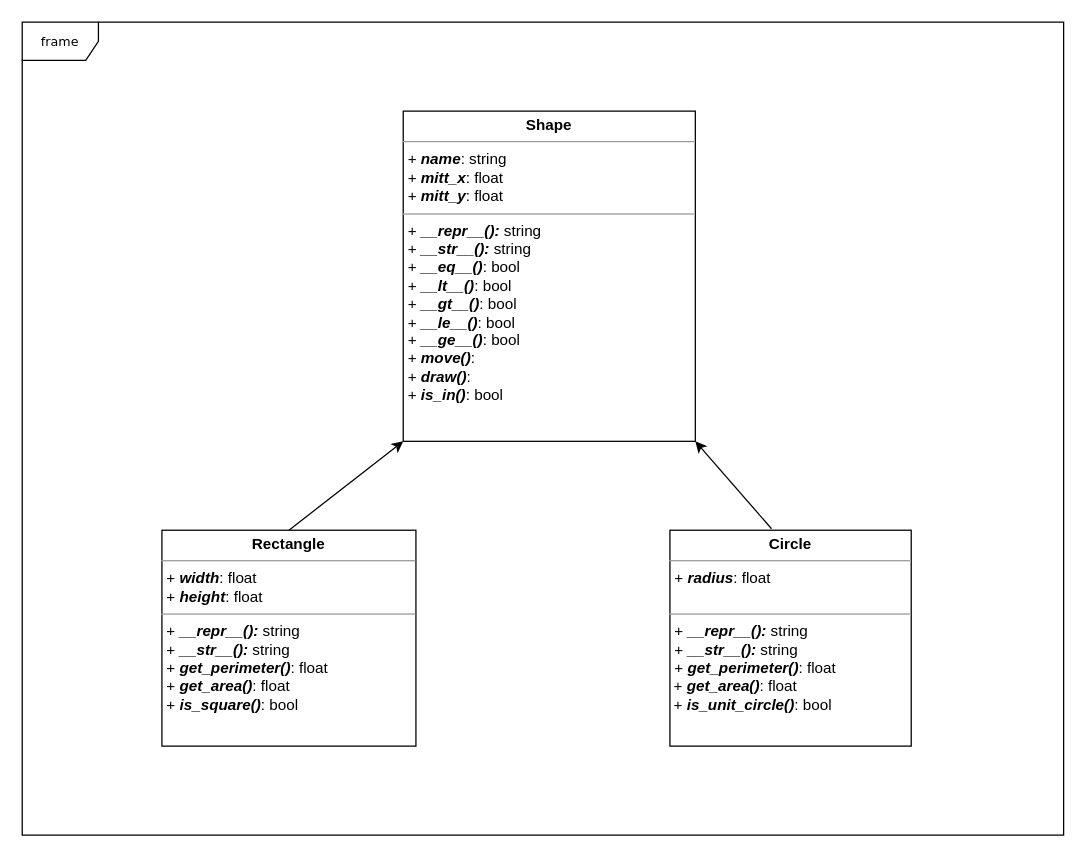
The draw.io diagram Labs/Geometry_OOP/Shapes.drawio in MaryKavalion/Python-Mary-Kavalionak, before the edit. Source tidied: cells renumbered, new cells numbered last; positions are measured from the earlier drawing's top-left corner, leaving out a move shared by most shapes. Both pictures are drawn from the tidied source at 127%, with x=0, y=0 at pixel (22, 22).
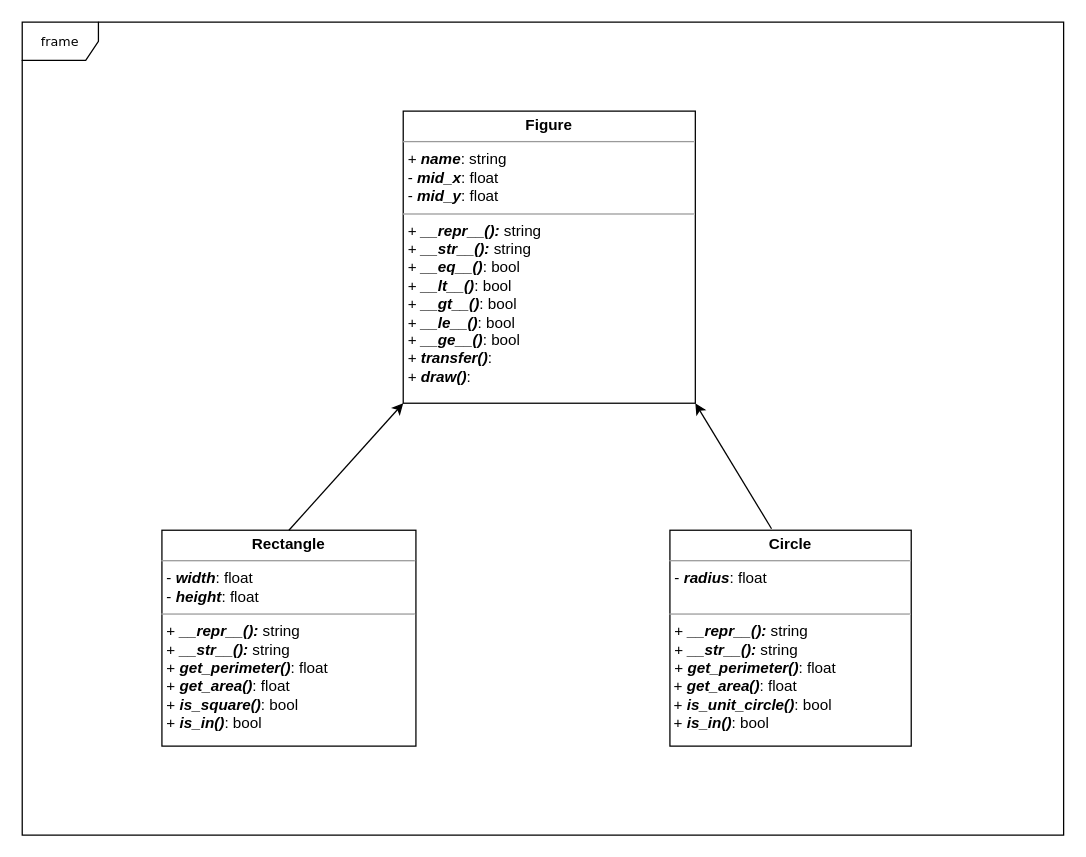
The same page after the edit.

The edit, as a diff of the source:
```diff
@@
 <mxGraphModel>
   <root>
     <mxCell id="0" />
     <mxCell id="1" parent="0" />
     <mxCell id="2" value="frame" style="shape=umlFrame;whiteSpace=wrap;html=1;rounded=0;shadow=0;comic=0;labelBackgroundColor=none;strokeWidth=1;fontFamily=Verdana;fontSize=10;align=center;" parent="1" vertex="1">
       <mxGeometry width="820" height="640" as="geometry" />
     </mxCell>
-    <mxCell id="3" value="&lt;p style=&quot;margin:0px;margin-top:4px;text-align:center;&quot;&gt;&lt;b&gt;Rectangle&lt;/b&gt;&lt;br&gt;&lt;/p&gt;&lt;hr size=&quot;1&quot;&gt;&lt;p style=&quot;margin:0px;margin-left:4px;&quot;&gt;+ &lt;b&gt;&lt;i&gt;width&lt;/i&gt;&lt;/b&gt;: float&lt;br&gt;+ &lt;b&gt;&lt;i&gt;height&lt;/i&gt;&lt;/b&gt;: float&lt;br&gt;&lt;/p&gt;&lt;hr size=&quot;1&quot;&gt;&lt;p style=&quot;margin:0px;margin-left:4px;&quot;&gt;+ &lt;b&gt;&lt;i&gt;__repr__(): &lt;/i&gt;&lt;/b&gt;string&lt;br&gt;+ &lt;b&gt;&lt;i&gt;__str__(): &lt;/i&gt;&lt;/b&gt;string&lt;/p&gt;&lt;p style=&quot;margin:0px;margin-left:4px;&quot;&gt;+ &lt;b&gt;&lt;i&gt;get_perimeter()&lt;/i&gt;&lt;/b&gt;: float&lt;/p&gt;&lt;p style=&quot;margin:0px;margin-left:4px;&quot;&gt;+ &lt;b&gt;&lt;i&gt;get_area()&lt;/i&gt;&lt;/b&gt;: float&lt;/p&gt;&lt;p style=&quot;margin:0px;margin-left:4px;&quot;&gt;+ &lt;b&gt;&lt;i&gt;is_square()&lt;/i&gt;&lt;/b&gt;: bool&lt;br&gt;&lt;/p&gt;" style="verticalAlign=top;align=left;overflow=fill;fontSize=12;fontFamily=Helvetica;html=1;rounded=0;shadow=0;comic=0;labelBackgroundColor=none;strokeWidth=1;" parent="1" vertex="1">
+    <mxCell id="3" value="&lt;p style=&quot;margin:0px;margin-top:4px;text-align:center;&quot;&gt;&lt;b&gt;Rectangle&lt;/b&gt;&lt;br&gt;&lt;/p&gt;&lt;hr size=&quot;1&quot;&gt;&lt;p style=&quot;margin:0px;margin-left:4px;&quot;&gt;- &lt;b&gt;&lt;i&gt;width&lt;/i&gt;&lt;/b&gt;: float&lt;br&gt;- &lt;b&gt;&lt;i&gt;height&lt;/i&gt;&lt;/b&gt;: float&lt;br&gt;&lt;/p&gt;&lt;hr size=&quot;1&quot;&gt;&lt;p style=&quot;margin:0px;margin-left:4px;&quot;&gt;+ &lt;b&gt;&lt;i&gt;__repr__(): &lt;/i&gt;&lt;/b&gt;string&lt;br&gt;+ &lt;b&gt;&lt;i&gt;__str__(): &lt;/i&gt;&lt;/b&gt;string&lt;/p&gt;&lt;p style=&quot;margin:0px;margin-left:4px;&quot;&gt;+ &lt;b&gt;&lt;i&gt;get_perimeter()&lt;/i&gt;&lt;/b&gt;: float&lt;/p&gt;&lt;p style=&quot;margin:0px;margin-left:4px;&quot;&gt;+ &lt;b&gt;&lt;i&gt;get_area()&lt;/i&gt;&lt;/b&gt;: float&lt;/p&gt;&lt;p style=&quot;margin:0px;margin-left:4px;&quot;&gt;+ &lt;b&gt;&lt;i&gt;is_square()&lt;/i&gt;&lt;/b&gt;: bool&lt;/p&gt;&lt;p style=&quot;margin:0px;margin-left:4px;&quot;&gt;+ &lt;b&gt;&lt;i&gt;is_in()&lt;/i&gt;&lt;/b&gt;: bool&lt;/p&gt;" style="verticalAlign=top;align=left;overflow=fill;fontSize=12;fontFamily=Helvetica;html=1;rounded=0;shadow=0;comic=0;labelBackgroundColor=none;strokeWidth=1;" parent="1" vertex="1">
       <mxGeometry x="110" y="400" width="200" height="170" as="geometry" />
     </mxCell>
-    <mxCell id="4" value="&lt;p style=&quot;margin:0px;margin-top:4px;text-align:center;&quot;&gt;&lt;b&gt;Shape&lt;/b&gt;&lt;br&gt;&lt;/p&gt;&lt;hr size=&quot;1&quot;&gt;&lt;p style=&quot;margin:0px;margin-left:4px;&quot;&gt;+ &lt;b&gt;&lt;i&gt;name&lt;/i&gt;&lt;/b&gt;: string&lt;br&gt;+ &lt;b&gt;&lt;i&gt;mitt_x&lt;/i&gt;&lt;/b&gt;: float&lt;/p&gt;&lt;p style=&quot;margin:0px;margin-left:4px;&quot;&gt;+ &lt;b&gt;&lt;i&gt;mitt_y&lt;/i&gt;&lt;/b&gt;: float&lt;/p&gt;&lt;hr size=&quot;1&quot;&gt;&lt;p style=&quot;margin:0px;margin-left:4px;&quot;&gt;+ &lt;b&gt;&lt;i&gt;__repr__(): &lt;/i&gt;&lt;/b&gt;string&lt;br&gt;+ &lt;b&gt;&lt;i&gt;__str__(): &lt;/i&gt;&lt;/b&gt;string&lt;/p&gt;&lt;p style=&quot;margin:0px;margin-left:4px;&quot;&gt;+ &lt;b&gt;&lt;i&gt;__eq__()&lt;/i&gt;&lt;/b&gt;: bool&lt;/p&gt;&lt;p style=&quot;margin:0px;margin-left:4px;&quot;&gt;+&lt;b&gt;&lt;i&gt; __lt__()&lt;/i&gt;&lt;/b&gt;: bool&lt;/p&gt;&lt;p style=&quot;margin:0px;margin-left:4px;&quot;&gt;+ &lt;b&gt;&lt;i&gt;__gt__()&lt;/i&gt;&lt;/b&gt;: bool&lt;/p&gt;&lt;p style=&quot;margin:0px;margin-left:4px;&quot;&gt;+ &lt;b&gt;&lt;i&gt;__le__()&lt;/i&gt;&lt;/b&gt;: bool&lt;/p&gt;&lt;p style=&quot;margin:0px;margin-left:4px;&quot;&gt;+ &lt;b&gt;&lt;i&gt;__ge__()&lt;/i&gt;&lt;/b&gt;: bool&lt;/p&gt;&lt;p style=&quot;margin:0px;margin-left:4px;&quot;&gt;+ &lt;b&gt;&lt;i&gt;move()&lt;/i&gt;&lt;/b&gt;:&lt;/p&gt;&lt;p style=&quot;margin:0px;margin-left:4px;&quot;&gt;+ &lt;b&gt;&lt;i&gt;draw()&lt;/i&gt;&lt;/b&gt;:&lt;/p&gt;&lt;p style=&quot;margin:0px;margin-left:4px;&quot;&gt;+ &lt;b&gt;&lt;i&gt;is_in()&lt;/i&gt;&lt;/b&gt;: bool&lt;br&gt;&lt;/p&gt;&lt;p style=&quot;margin:0px;margin-left:4px;&quot;&gt;&lt;br&gt;&lt;/p&gt;&lt;p style=&quot;margin:0px;margin-left:4px;&quot;&gt;&lt;br&gt;&lt;/p&gt;&lt;p style=&quot;margin:0px;margin-left:4px;&quot;&gt;&lt;br&gt;&lt;/p&gt;" style="verticalAlign=top;align=left;overflow=fill;fontSize=12;fontFamily=Helvetica;html=1;rounded=0;shadow=0;comic=0;labelBackgroundColor=none;strokeWidth=1;" parent="1" vertex="1">
-      <mxGeometry x="300" y="70" width="230" height="260" as="geometry" />
+    <mxCell id="4" value="&lt;p style=&quot;margin:0px;margin-top:4px;text-align:center;&quot;&gt;&lt;b&gt;Figure&lt;/b&gt;&lt;br&gt;&lt;/p&gt;&lt;hr size=&quot;1&quot;&gt;&lt;p style=&quot;margin:0px;margin-left:4px;&quot;&gt;+ &lt;b&gt;&lt;i&gt;name&lt;/i&gt;&lt;/b&gt;: string&lt;br&gt;- &lt;b&gt;&lt;i&gt;mid_x&lt;/i&gt;&lt;/b&gt;: float&lt;/p&gt;&lt;p style=&quot;margin:0px;margin-left:4px;&quot;&gt;- &lt;b&gt;&lt;i&gt;mid_y&lt;/i&gt;&lt;/b&gt;: float&lt;/p&gt;&lt;hr size=&quot;1&quot;&gt;&lt;p style=&quot;margin:0px;margin-left:4px;&quot;&gt;+ &lt;b&gt;&lt;i&gt;__repr__(): &lt;/i&gt;&lt;/b&gt;string&lt;br&gt;+ &lt;b&gt;&lt;i&gt;__str__(): &lt;/i&gt;&lt;/b&gt;string&lt;/p&gt;&lt;p style=&quot;margin:0px;margin-left:4px;&quot;&gt;+ &lt;b&gt;&lt;i&gt;__eq__()&lt;/i&gt;&lt;/b&gt;: bool&lt;/p&gt;&lt;p style=&quot;margin:0px;margin-left:4px;&quot;&gt;+&lt;b&gt;&lt;i&gt; __lt__()&lt;/i&gt;&lt;/b&gt;: bool&lt;/p&gt;&lt;p style=&quot;margin:0px;margin-left:4px;&quot;&gt;+ &lt;b&gt;&lt;i&gt;__gt__()&lt;/i&gt;&lt;/b&gt;: bool&lt;/p&gt;&lt;p style=&quot;margin:0px;margin-left:4px;&quot;&gt;+ &lt;b&gt;&lt;i&gt;__le__()&lt;/i&gt;&lt;/b&gt;: bool&lt;/p&gt;&lt;p style=&quot;margin:0px;margin-left:4px;&quot;&gt;+ &lt;b&gt;&lt;i&gt;__ge__()&lt;/i&gt;&lt;/b&gt;: bool&lt;/p&gt;&lt;p style=&quot;margin:0px;margin-left:4px;&quot;&gt;+ &lt;b&gt;&lt;i&gt;transfer()&lt;/i&gt;&lt;/b&gt;:&lt;/p&gt;&lt;p style=&quot;margin:0px;margin-left:4px;&quot;&gt;+ &lt;b&gt;&lt;i&gt;draw()&lt;/i&gt;&lt;/b&gt;:&lt;/p&gt;&lt;p style=&quot;margin:0px;margin-left:4px;&quot;&gt;&lt;br&gt;&lt;/p&gt;&lt;p style=&quot;margin:0px;margin-left:4px;&quot;&gt;&lt;br&gt;&lt;/p&gt;&lt;p style=&quot;margin:0px;margin-left:4px;&quot;&gt;&lt;br&gt;&lt;/p&gt;&lt;p style=&quot;margin:0px;margin-left:4px;&quot;&gt;&lt;br&gt;&lt;/p&gt;" style="verticalAlign=top;align=left;overflow=fill;fontSize=12;fontFamily=Helvetica;html=1;rounded=0;shadow=0;comic=0;labelBackgroundColor=none;strokeWidth=1;" parent="1" vertex="1">
+      <mxGeometry x="300" y="70" width="230" height="230" as="geometry" />
     </mxCell>
-    <mxCell id="5" value="&lt;p style=&quot;margin:0px;margin-top:4px;text-align:center;&quot;&gt;&lt;b&gt;Circle&lt;/b&gt;&lt;br&gt;&lt;/p&gt;&lt;hr size=&quot;1&quot;&gt;&lt;p style=&quot;margin:0px;margin-left:4px;&quot;&gt;+ &lt;b&gt;&lt;i&gt;radius&lt;/i&gt;&lt;/b&gt;: float&lt;br&gt;&lt;br&gt;&lt;/p&gt;&lt;hr size=&quot;1&quot;&gt;&lt;p style=&quot;margin:0px;margin-left:4px;&quot;&gt;+ &lt;b&gt;&lt;i&gt;__repr__(): &lt;/i&gt;&lt;/b&gt;string&lt;br&gt;+ &lt;b&gt;&lt;i&gt;__str__(): &lt;/i&gt;&lt;/b&gt;string&lt;/p&gt;&lt;p style=&quot;margin:0px;margin-left:4px;&quot;&gt;+ &lt;b&gt;&lt;i&gt;get_perimeter()&lt;/i&gt;&lt;/b&gt;: float&lt;/p&gt;&lt;div&gt;&amp;nbsp;+ &lt;b&gt;&lt;i&gt;get_area()&lt;/i&gt;&lt;/b&gt;: float&lt;/div&gt;&lt;div&gt;&amp;nbsp;+ &lt;b&gt;&lt;i&gt;is_unit_circle()&lt;/i&gt;&lt;/b&gt;: bool&lt;br&gt;&lt;/div&gt;&lt;p style=&quot;margin:0px;margin-left:4px;&quot;&gt;&lt;/p&gt;" style="verticalAlign=top;align=left;overflow=fill;fontSize=12;fontFamily=Helvetica;html=1;rounded=0;shadow=0;comic=0;labelBackgroundColor=none;strokeWidth=1;" parent="1" vertex="1">
+    <mxCell id="5" value="&lt;p style=&quot;margin:0px;margin-top:4px;text-align:center;&quot;&gt;&lt;b&gt;Circle&lt;/b&gt;&lt;br&gt;&lt;/p&gt;&lt;hr size=&quot;1&quot;&gt;&lt;p style=&quot;margin:0px;margin-left:4px;&quot;&gt;- &lt;b&gt;&lt;i&gt;radius&lt;/i&gt;&lt;/b&gt;: float&lt;br&gt;&lt;br&gt;&lt;/p&gt;&lt;hr size=&quot;1&quot;&gt;&lt;p style=&quot;margin:0px;margin-left:4px;&quot;&gt;+ &lt;b&gt;&lt;i&gt;__repr__(): &lt;/i&gt;&lt;/b&gt;string&lt;br&gt;+ &lt;b&gt;&lt;i&gt;__str__(): &lt;/i&gt;&lt;/b&gt;string&lt;/p&gt;&lt;p style=&quot;margin:0px;margin-left:4px;&quot;&gt;+ &lt;b&gt;&lt;i&gt;get_perimeter()&lt;/i&gt;&lt;/b&gt;: float&lt;/p&gt;&lt;div&gt;&amp;nbsp;+ &lt;b&gt;&lt;i&gt;get_area()&lt;/i&gt;&lt;/b&gt;: float&lt;/div&gt;&lt;div&gt;&amp;nbsp;+ &lt;b&gt;&lt;i&gt;is_unit_circle()&lt;/i&gt;&lt;/b&gt;: bool&lt;/div&gt;&lt;div&gt;&amp;nbsp;+ &lt;b&gt;&lt;i&gt;is_in()&lt;/i&gt;&lt;/b&gt;: bool&lt;/div&gt;&lt;p style=&quot;margin:0px;margin-left:4px;&quot;&gt;&lt;/p&gt;" style="verticalAlign=top;align=left;overflow=fill;fontSize=12;fontFamily=Helvetica;html=1;rounded=0;shadow=0;comic=0;labelBackgroundColor=none;strokeWidth=1;" parent="1" vertex="1">
       <mxGeometry x="510" y="400" width="190" height="170" as="geometry" />
     </mxCell>
     <mxCell id="6" style="endArrow=classic;html=1;rounded=0;entryX=0;entryY=1;entryDx=0;entryDy=0;exitX=0.5;exitY=0;exitDx=0;exitDy=0;" parent="1" edge="1" source="3" target="4">
       <mxGeometry relative="1" as="geometry" />
     </mxCell>
     <mxCell id="7" style="endArrow=classic;html=1;rounded=0;entryX=1;entryY=1;entryDx=0;entryDy=0;exitX=0.421;exitY=-0.007;exitDx=0;exitDy=0;exitPerimeter=0;" parent="1" edge="1" source="5" target="4">
       <mxGeometry relative="1" as="geometry" />
     </mxCell>
   </root>
 </mxGraphModel>
```
